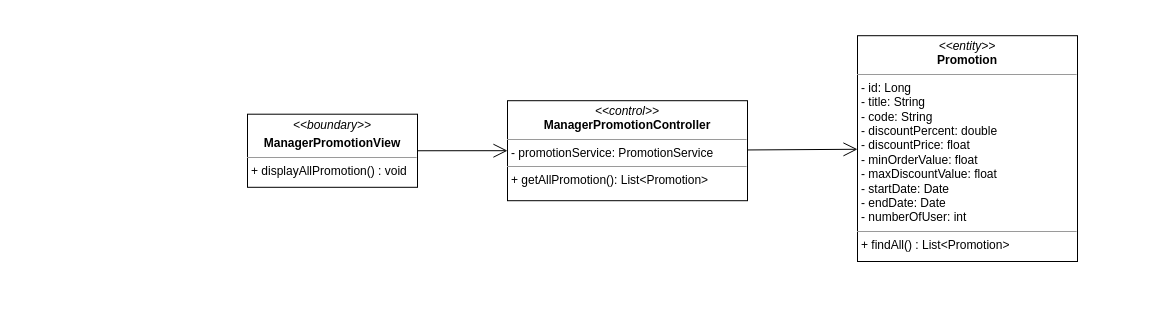
nguyenphamvan/datn_20202 keeps this draw.io diagram as class diagram/manager-promotion-class-diagram.drawio. Above is the earlier version. Source tidied: cells renumbered, new cells numbered last; positions are measured from the earlier drawing's top-left corner, leaving out a move shared by most shapes. Both pictures are drawn from the tidied source at 100%, with x=0, y=0 at pixel (247, 35).
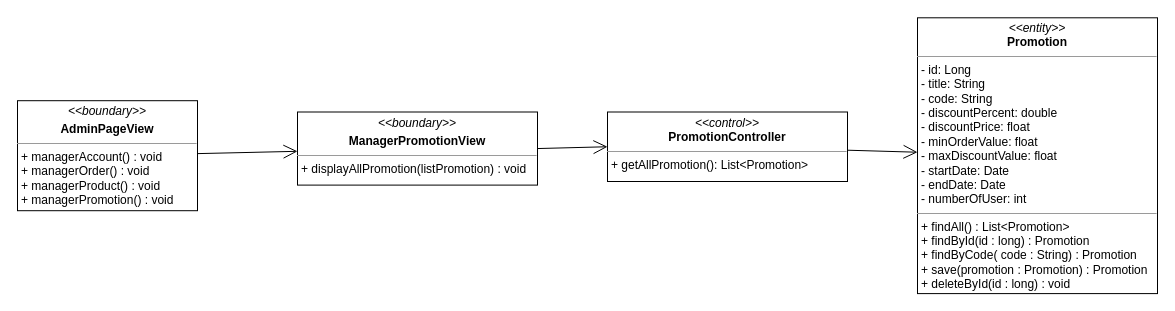
The same diagram, later.

Change to the diagram source:
```diff
@@
 <mxGraphModel>
   <root>
     <mxCell id="0" />
     <mxCell id="1" parent="0" />
-    <mxCell id="2" value="&lt;p style=&quot;margin: 0px ; margin-top: 4px ; text-align: center&quot;&gt;&lt;i&gt;&amp;lt;&amp;lt;boundary&amp;gt;&amp;gt;&lt;/i&gt;&lt;/p&gt;&lt;p style=&quot;margin: 0px ; margin-top: 4px ; text-align: center&quot;&gt;&lt;b&gt;ManagerPromotionView&lt;/b&gt;&lt;/p&gt;&lt;hr size=&quot;1&quot;&gt;&lt;p style=&quot;margin: 0px ; margin-left: 4px&quot;&gt;&lt;span&gt;+ displayAllPromotion() : void&lt;/span&gt;&lt;br&gt;&lt;/p&gt;" style="verticalAlign=top;align=left;overflow=fill;fontSize=12;fontFamily=Helvetica;html=1;" parent="1" vertex="1">
-      <mxGeometry y="78.7" width="170" height="73.1" as="geometry" />
+    <mxCell id="2" value="&lt;p style=&quot;margin: 0px ; margin-top: 4px ; text-align: center&quot;&gt;&lt;i&gt;&amp;lt;&amp;lt;boundary&amp;gt;&amp;gt;&lt;/i&gt;&lt;/p&gt;&lt;p style=&quot;margin: 0px ; margin-top: 4px ; text-align: center&quot;&gt;&lt;b&gt;ManagerPromotionView&lt;/b&gt;&lt;/p&gt;&lt;hr size=&quot;1&quot;&gt;&lt;p style=&quot;margin: 0px ; margin-left: 4px&quot;&gt;&lt;span&gt;+ displayAllPromotion(listPromotion) : void&lt;/span&gt;&lt;br&gt;&lt;/p&gt;" style="verticalAlign=top;align=left;overflow=fill;fontSize=12;fontFamily=Helvetica;html=1;" parent="1" vertex="1">
+      <mxGeometry x="50" y="76.5" width="240" height="73.1" as="geometry" />
     </mxCell>
     <mxCell id="3" style="endArrow=open;endFill=1;endSize=12;html=1;entryX=0;entryY=0.5;entryDx=0;entryDy=0;exitX=1;exitY=0.5;exitDx=0;exitDy=0;" parent="1" edge="1" source="2" target="4">
       <mxGeometry relative="1" as="geometry" />
     </mxCell>
-    <mxCell id="4" value="&lt;p style=&quot;margin: 0px ; margin-top: 4px ; text-align: center&quot;&gt;&lt;i&gt;&amp;lt;&amp;lt;control&amp;gt;&amp;gt;&lt;/i&gt;&lt;br&gt;&lt;b&gt;ManagerPromotionController&lt;/b&gt;&lt;br&gt;&lt;/p&gt;&lt;hr size=&quot;1&quot;&gt;&lt;p style=&quot;margin: 0px ; margin-left: 4px&quot;&gt;- promotionService: PromotionService&lt;br&gt;&lt;/p&gt;&lt;hr size=&quot;1&quot;&gt;&lt;p style=&quot;margin: 0px ; margin-left: 4px&quot;&gt;+ getAllPromotion(): List&amp;lt;Promotion&amp;gt;&lt;br&gt;&lt;/p&gt;" style="verticalAlign=top;align=left;overflow=fill;fontSize=12;fontFamily=Helvetica;html=1;" parent="1" vertex="1">
-      <mxGeometry x="260" y="65.2" width="240" height="100" as="geometry" />
+    <mxCell id="4" value="&lt;p style=&quot;margin: 0px ; margin-top: 4px ; text-align: center&quot;&gt;&lt;i&gt;&amp;lt;&amp;lt;control&amp;gt;&amp;gt;&lt;/i&gt;&lt;br&gt;&lt;b&gt;PromotionController&lt;/b&gt;&lt;/p&gt;&lt;hr size=&quot;1&quot;&gt;&lt;p style=&quot;margin: 0px ; margin-left: 4px&quot;&gt;+ getAllPromotion(): List&amp;lt;Promotion&amp;gt;&lt;br&gt;&lt;/p&gt;" style="verticalAlign=top;align=left;overflow=fill;fontSize=12;fontFamily=Helvetica;html=1;" parent="1" vertex="1">
+      <mxGeometry x="360" y="76.5" width="240" height="69.5" as="geometry" />
     </mxCell>
     <mxCell id="5" style="endArrow=open;endFill=1;endSize=12;html=1;" parent="1" edge="1" source="4" target="6">
       <mxGeometry relative="1" as="geometry" />
     </mxCell>
-    <mxCell id="6" value="&lt;p style=&quot;margin: 0px ; margin-top: 4px ; text-align: center&quot;&gt;&lt;i&gt;&amp;lt;&amp;lt;entity&amp;gt;&amp;gt;&lt;/i&gt;&lt;br&gt;&lt;b&gt;Promotion&lt;/b&gt;&lt;/p&gt;&lt;hr size=&quot;1&quot;&gt;&lt;p style=&quot;margin: 0px ; margin-left: 4px&quot;&gt;- id: Long&lt;/p&gt;&lt;p style=&quot;margin: 0px 0px 0px 4px&quot;&gt;- title: String&lt;br&gt;- code: String&lt;/p&gt;&lt;p style=&quot;margin: 0px 0px 0px 4px&quot;&gt;- discountPercent: double&lt;/p&gt;&lt;p style=&quot;margin: 0px 0px 0px 4px&quot;&gt;- discountPrice: float&lt;/p&gt;&lt;p style=&quot;margin: 0px 0px 0px 4px&quot;&gt;- minOrderValue: float&lt;/p&gt;&lt;p style=&quot;margin: 0px 0px 0px 4px&quot;&gt;- maxDiscountValue: float&lt;/p&gt;&lt;p style=&quot;margin: 0px 0px 0px 4px&quot;&gt;- startDate: Date&lt;/p&gt;&lt;p style=&quot;margin: 0px 0px 0px 4px&quot;&gt;- endDate: Date&lt;/p&gt;&lt;p style=&quot;margin: 0px 0px 0px 4px&quot;&gt;- numberOfUser: int&lt;span&gt;&amp;nbsp;&lt;/span&gt;&lt;/p&gt;&lt;hr size=&quot;1&quot;&gt;&lt;p style=&quot;margin: 0px ; margin-left: 4px&quot;&gt;+ findAll() : List&amp;lt;Promotion&amp;gt;&lt;/p&gt;" style="verticalAlign=top;align=left;overflow=fill;fontSize=12;fontFamily=Helvetica;html=1;" parent="1" vertex="1">
-      <mxGeometry x="610" y="0.2" width="220" height="225.8" as="geometry" />
+    <mxCell id="6" value="&lt;p style=&quot;margin: 0px ; margin-top: 4px ; text-align: center&quot;&gt;&lt;i&gt;&amp;lt;&amp;lt;entity&amp;gt;&amp;gt;&lt;/i&gt;&lt;br&gt;&lt;b&gt;Promotion&lt;/b&gt;&lt;/p&gt;&lt;hr size=&quot;1&quot;&gt;&lt;p style=&quot;margin: 0px ; margin-left: 4px&quot;&gt;- id: Long&lt;/p&gt;&lt;p style=&quot;margin: 0px 0px 0px 4px&quot;&gt;- title: String&lt;br&gt;- code: String&lt;/p&gt;&lt;p style=&quot;margin: 0px 0px 0px 4px&quot;&gt;- discountPercent: double&lt;/p&gt;&lt;p style=&quot;margin: 0px 0px 0px 4px&quot;&gt;- discountPrice: float&lt;/p&gt;&lt;p style=&quot;margin: 0px 0px 0px 4px&quot;&gt;- minOrderValue: float&lt;/p&gt;&lt;p style=&quot;margin: 0px 0px 0px 4px&quot;&gt;- maxDiscountValue: float&lt;/p&gt;&lt;p style=&quot;margin: 0px 0px 0px 4px&quot;&gt;- startDate: Date&lt;/p&gt;&lt;p style=&quot;margin: 0px 0px 0px 4px&quot;&gt;- endDate: Date&lt;/p&gt;&lt;p style=&quot;margin: 0px 0px 0px 4px&quot;&gt;- numberOfUser: int&lt;span&gt;&amp;nbsp;&lt;/span&gt;&lt;/p&gt;&lt;hr size=&quot;1&quot;&gt;&lt;p style=&quot;margin: 0px ; margin-left: 4px&quot;&gt;+ findAll() : List&amp;lt;Promotion&amp;gt;&lt;/p&gt;&lt;p style=&quot;margin: 0px ; margin-left: 4px&quot;&gt;+ findById(id : long) : Promotion&lt;/p&gt;&lt;p style=&quot;margin: 0px ; margin-left: 4px&quot;&gt;+ findByCode( code : String) : Promotion&lt;/p&gt;&lt;p style=&quot;margin: 0px ; margin-left: 4px&quot;&gt;+ save(promotion : Promotion) : Promotion&lt;/p&gt;&lt;p style=&quot;margin: 0px ; margin-left: 4px&quot;&gt;+ deleteById(id : long) : void&lt;/p&gt;" style="verticalAlign=top;align=left;overflow=fill;fontSize=12;fontFamily=Helvetica;html=1;" parent="1" vertex="1">
+      <mxGeometry x="670" y="-17.7" width="240" height="275.8" as="geometry" />
     </mxCell>
+    <mxCell id="7" value="&lt;p style=&quot;margin: 0px ; margin-top: 4px ; text-align: center&quot;&gt;&lt;i&gt;&amp;lt;&amp;lt;boundary&amp;gt;&amp;gt;&lt;/i&gt;&lt;/p&gt;&lt;p style=&quot;margin: 0px ; margin-top: 4px ; text-align: center&quot;&gt;&lt;b&gt;AdminPageView&lt;/b&gt;&lt;/p&gt;&lt;hr size=&quot;1&quot;&gt;&lt;p style=&quot;margin: 0px ; margin-left: 4px&quot;&gt;&lt;span&gt;+ managerAccount() : void&lt;/span&gt;&lt;br&gt;&lt;/p&gt;&lt;p style=&quot;margin: 0px ; margin-left: 4px&quot;&gt;&lt;span&gt;+ managerOrder() : void&lt;/span&gt;&lt;/p&gt;&lt;p style=&quot;margin: 0px ; margin-left: 4px&quot;&gt;&lt;span&gt;+ managerProduct() : void&lt;/span&gt;&lt;/p&gt;&lt;p style=&quot;margin: 0px ; margin-left: 4px&quot;&gt;&lt;span&gt;+ managerPromotion() : void&lt;/span&gt;&lt;/p&gt;" style="verticalAlign=top;align=left;overflow=fill;fontSize=12;fontFamily=Helvetica;html=1;" parent="1" vertex="1">
+      <mxGeometry x="-230" y="65.2" width="180" height="110" as="geometry" />
+    </mxCell>
+    <mxCell id="8" style="endArrow=open;endFill=1;endSize=12;html=1;" parent="1" edge="1" source="7" target="2">
+      <mxGeometry relative="1" as="geometry" />
+    </mxCell>
   </root>
 </mxGraphModel>
```
